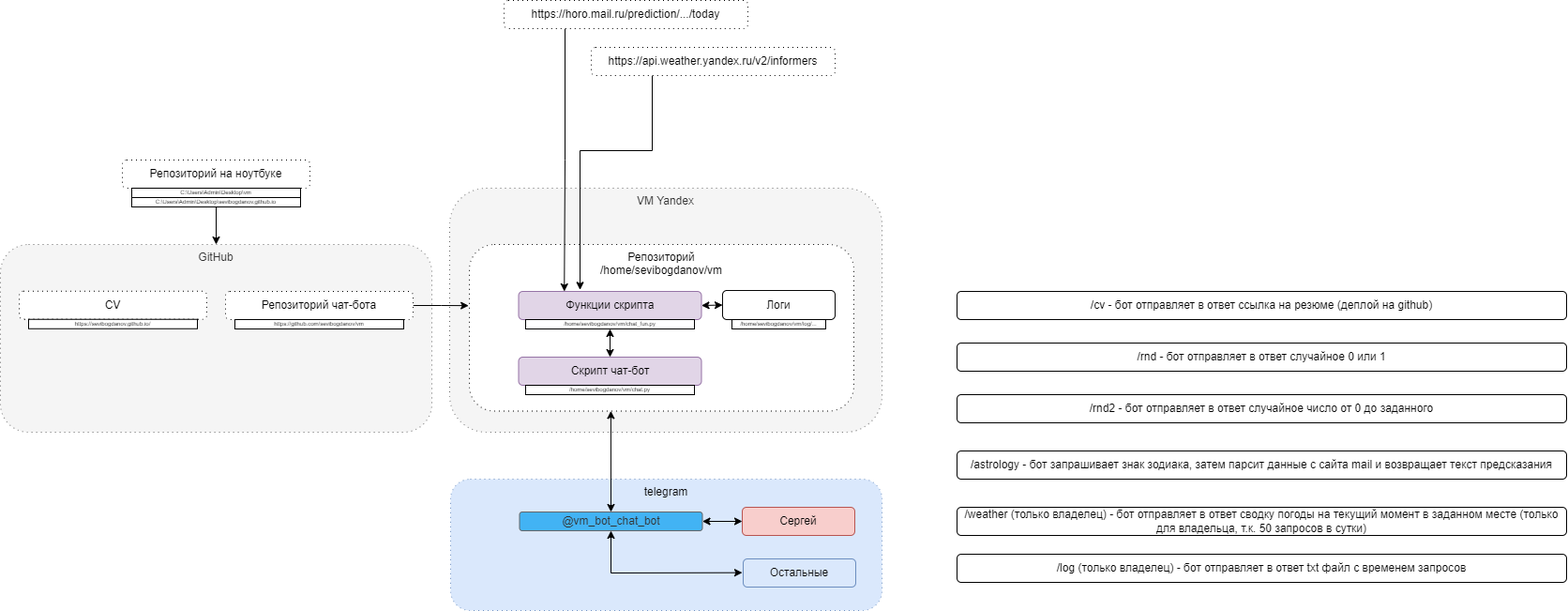
Earlier version of the draw.io export vm_pub.png (sevibogdanov/chat_bot). Source tidied: cells renumbered, new cells last; positions are measured from the earlier drawing's top-left corner, leaving out a move shared by most shapes.
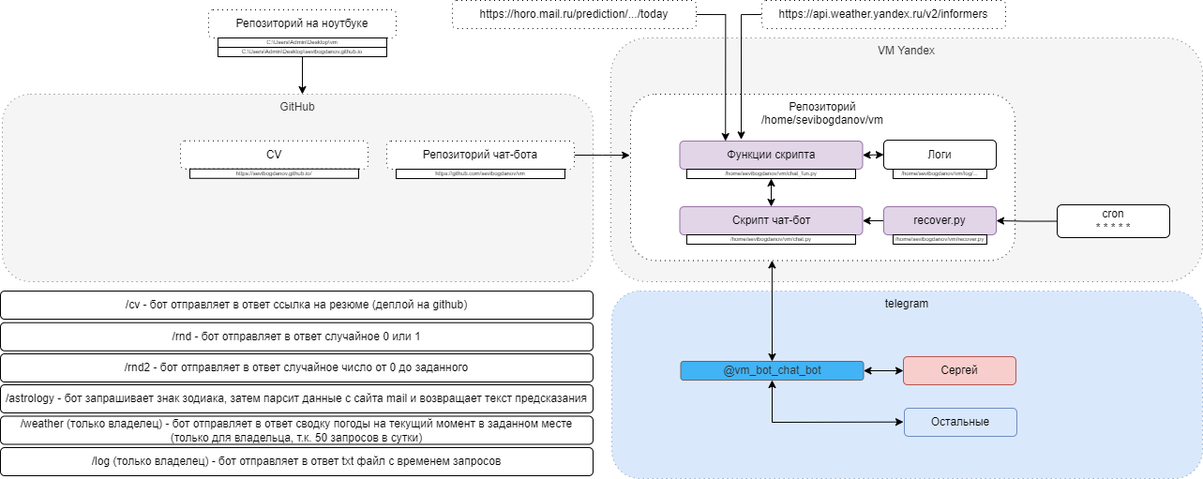
After the commit.

The edit, as a diff of the source:
```diff
@@ -3,22 +3,24 @@
     <mxCell id="0" />
     <mxCell id="1" parent="0" />
     <mxCell id="2" value="VM Yandex" style="rounded=1;whiteSpace=wrap;html=1;dashed=1;dashPattern=1 4;horizontal=1;verticalAlign=top;fillColor=#f5f5f5;fontColor=#333333;strokeColor=#666666;" parent="1" vertex="1">
-      <mxGeometry x="479" y="200" width="461" height="260" as="geometry" />
+      <mxGeometry x="479" y="200" width="631" height="260" as="geometry" />
     </mxCell>
     <mxCell id="3" value="Репозиторий&lt;br&gt;/home/sevibogdanov/vm" style="rounded=1;whiteSpace=wrap;html=1;dashed=1;dashPattern=1 4;horizontal=1;verticalAlign=top;" parent="1" vertex="1">
       <mxGeometry x="500" y="260" width="410" height="177.5" as="geometry" />
     </mxCell>
     <mxCell id="4" value="GitHub" style="rounded=1;whiteSpace=wrap;html=1;dashed=1;dashPattern=1 4;horizontal=1;verticalAlign=top;fillColor=#f5f5f5;fontColor=#333333;strokeColor=#666666;" parent="1" vertex="1">
-      <mxGeometry y="260" width="460" height="200" as="geometry" />
+      <mxGeometry x="-170" y="260" width="630" height="200" as="geometry" />
     </mxCell>
     <mxCell id="5" value="telegram" style="rounded=1;whiteSpace=wrap;html=1;dashed=1;dashPattern=1 4;fillColor=#dae8fc;strokeColor=#6c8ebf;verticalAlign=top;" parent="1" vertex="1">
-      <mxGeometry x="480" y="510" width="460" height="140" as="geometry" />
+      <mxGeometry x="480" y="470" width="630" height="200" as="geometry" />
     </mxCell>
-    <mxCell id="6" style="edgeStyle=orthogonalEdgeStyle;rounded=0;jettySize=auto;html=1;exitX=0.5;exitY=1;exitDx=0;exitDy=0;entryX=0.5;entryY=0;entryDx=0;entryDy=0;" parent="1" edge="1" source="27" target="4">
-      <mxGeometry relative="1" as="geometry" />
+    <mxCell id="6" style="edgeStyle=orthogonalEdgeStyle;rounded=0;jettySize=auto;html=1;exitX=0.5;exitY=1;exitDx=0;exitDy=0;entryX=0.5;entryY=0;entryDx=0;entryDy=0;" parent="1" edge="1" source="27">
+      <mxGeometry relative="1" as="geometry">
+        <mxPoint x="150" y="260" as="targetPoint" />
+      </mxGeometry>
     </mxCell>
     <mxCell id="7" value="Репозиторий на ноутбуке" style="rounded=1;whiteSpace=wrap;html=1;dashed=1;dashPattern=1 4;" parent="1" vertex="1">
-      <mxGeometry x="130" y="170" width="200" height="30" as="geometry" />
+      <mxGeometry x="50" y="170" width="200" height="30" as="geometry" />
     </mxCell>
     <mxCell id="8" style="edgeStyle=orthogonalEdgeStyle;rounded=0;jettySize=auto;html=1;exitX=1;exitY=0.5;exitDx=0;exitDy=0;entryX=-0.002;entryY=0.367;entryDx=0;entryDy=0;entryPerimeter=0;" parent="1" edge="1" source="9" target="3">
       <mxGeometry relative="1" as="geometry" />
@@ -60,7 +62,7 @@
       <mxGeometry x="250" y="340" width="180" height="10" as="geometry" />
     </mxCell>
     <mxCell id="21" value="C:\Users\Admin\Desktop\vm" style="rounded=0;whiteSpace=wrap;html=1;fontSize=6;" parent="1" vertex="1">
-      <mxGeometry x="140" y="200" width="180" height="10" as="geometry" />
+      <mxGeometry x="60" y="200" width="180" height="10" as="geometry" />
     </mxCell>
     <mxCell id="22" value="Логи" style="rounded=1;whiteSpace=wrap;html=1;" parent="1" vertex="1">
       <mxGeometry x="770" y="309" width="120" height="31" as="geometry" />
@@ -78,7 +80,7 @@
       <mxGeometry x="30" y="339.8" width="180" height="10" as="geometry" />
     </mxCell>
     <mxCell id="27" value="C:\Users\Admin\Desktop\sevibogdanov.github.io" style="rounded=0;whiteSpace=wrap;html=1;fontSize=6;" parent="1" vertex="1">
-      <mxGeometry x="140" y="210" width="180" height="10" as="geometry" />
+      <mxGeometry x="60" y="210" width="180" height="10" as="geometry" />
     </mxCell>
     <mxCell id="28" style="endArrow=classic;startArrow=classic;html=1;rounded=0;fontSize=6;entryX=0;entryY=0.5;entryDx=0;entryDy=0;exitX=0.5;exitY=1;exitDx=0;exitDy=0;" parent="1" edge="1" source="12">
       <mxGeometry relative="1" as="geometry">
@@ -88,40 +90,54 @@
         </Array>
       </mxGeometry>
     </mxCell>
-    <mxCell id="29" style="edgeStyle=orthogonalEdgeStyle;rounded=0;jettySize=auto;html=1;exitX=0.25;exitY=1;exitDx=0;exitDy=0;entryX=0.25;entryY=0;entryDx=0;entryDy=0;fontColor=#FF0000;" parent="1" edge="1" source="30" target="11">
+    <mxCell id="29" style="edgeStyle=orthogonalEdgeStyle;rounded=0;jettySize=auto;html=1;exitX=1;exitY=0.5;exitDx=0;exitDy=0;entryX=0.25;entryY=0;entryDx=0;entryDy=0;fontColor=#FF0000;" parent="1" edge="1" source="30" target="11">
       <mxGeometry relative="1" as="geometry" />
     </mxCell>
     <mxCell id="30" value="https://horo.mail.ru/prediction/.../today" style="rounded=1;whiteSpace=wrap;html=1;dashed=1;dashPattern=1 4;" parent="1" vertex="1">
-      <mxGeometry x="537" width="260" height="30" as="geometry" />
+      <mxGeometry x="310" y="160" width="260" height="30" as="geometry" />
     </mxCell>
-    <mxCell id="31" style="edgeStyle=orthogonalEdgeStyle;rounded=0;jettySize=auto;html=1;exitX=0.25;exitY=1;exitDx=0;exitDy=0;entryX=0.336;entryY=-0.056;entryDx=0;entryDy=0;entryPerimeter=0;fontColor=#FF0000;" parent="1" edge="1" source="32" target="11">
+    <mxCell id="31" style="edgeStyle=orthogonalEdgeStyle;rounded=0;jettySize=auto;html=1;exitX=0;exitY=0.5;exitDx=0;exitDy=0;entryX=0.336;entryY=-0.056;entryDx=0;entryDy=0;entryPerimeter=0;fontColor=#FF0000;" parent="1" edge="1" source="32" target="11">
       <mxGeometry relative="1" as="geometry">
         <Array as="points">
-          <mxPoint x="695" y="160" />
-          <mxPoint x="618" y="160" />
+          <mxPoint x="618" y="175" />
         </Array>
       </mxGeometry>
     </mxCell>
     <mxCell id="32" value="https://api.weather.yandex.ru/v2/informers" style="rounded=1;whiteSpace=wrap;html=1;dashed=1;dashPattern=1 4;" parent="1" vertex="1">
-      <mxGeometry x="630" y="50" width="260" height="30" as="geometry" />
+      <mxGeometry x="640" y="160" width="260" height="30" as="geometry" />
     </mxCell>
     <mxCell id="33" value="/cv - бот отправляет в ответ ссылка на резюме (деплой на github)" style="rounded=1;whiteSpace=wrap;html=1;" parent="1" vertex="1">
-      <mxGeometry x="1020" y="310" width="650" height="30" as="geometry" />
+      <mxGeometry x="-172" y="470" width="632" height="30" as="geometry" />
     </mxCell>
     <mxCell id="34" value="/rnd - бот отправляет в ответ случайное 0 или 1" style="rounded=1;whiteSpace=wrap;html=1;" parent="1" vertex="1">
-      <mxGeometry x="1020" y="365" width="650" height="30" as="geometry" />
+      <mxGeometry x="-172" y="503.8" width="632" height="30" as="geometry" />
     </mxCell>
     <mxCell id="35" value="/rnd2 - бот отправляет в ответ случайное число от 0 до заданного" style="rounded=1;whiteSpace=wrap;html=1;" parent="1" vertex="1">
-      <mxGeometry x="1020" y="420" width="650" height="30" as="geometry" />
+      <mxGeometry x="-172" y="537" width="632" height="30" as="geometry" />
     </mxCell>
     <mxCell id="36" value="/astrology&amp;nbsp;- бот запрашивает знак зодиака, затем парсит данные с сайта mail и возвращает текст предсказания" style="rounded=1;whiteSpace=wrap;html=1;" parent="1" vertex="1">
-      <mxGeometry x="1020" y="480" width="650" height="30" as="geometry" />
+      <mxGeometry x="-172" y="570" width="632" height="30" as="geometry" />
     </mxCell>
     <mxCell id="37" value="/weather (только владелец) - бот отправляет в ответ сводку погоды на текущий момент в заданном месте (только для владельца, т.к. 50 запросов в сутки)" style="rounded=1;whiteSpace=wrap;html=1;" parent="1" vertex="1">
-      <mxGeometry x="1020" y="540" width="650" height="30" as="geometry" />
+      <mxGeometry x="-172" y="603.5" width="632" height="30" as="geometry" />
     </mxCell>
     <mxCell id="38" value="/log (только владелец) - бот отправляет в ответ txt файл с временем запросов" style="rounded=1;whiteSpace=wrap;html=1;" parent="1" vertex="1">
-      <mxGeometry x="1020" y="590" width="650" height="30" as="geometry" />
+      <mxGeometry x="-172" y="637" width="632" height="30" as="geometry" />
     </mxCell>
+    <mxCell id="39" style="edgeStyle=orthogonalEdgeStyle;rounded=0;jettySize=auto;html=1;exitX=0;exitY=0.5;exitDx=0;exitDy=0;entryX=1;entryY=0.5;entryDx=0;entryDy=0;" parent="1" edge="1" source="40" target="42">
+      <mxGeometry relative="1" as="geometry" />
+    </mxCell>
+    <mxCell id="40" value="cron&lt;br&gt;* * * * *" style="rounded=1;whiteSpace=wrap;html=1;" parent="1" vertex="1">
+      <mxGeometry x="955" y="378" width="120" height="35" as="geometry" />
+    </mxCell>
+    <mxCell id="41" style="edgeStyle=orthogonalEdgeStyle;rounded=0;jettySize=auto;html=1;exitX=0;exitY=0.5;exitDx=0;exitDy=0;entryX=1;entryY=0.5;entryDx=0;entryDy=0;" parent="1" edge="1" source="42" target="10">
+      <mxGeometry relative="1" as="geometry" />
+    </mxCell>
+    <mxCell id="42" value="recover.py" style="rounded=1;whiteSpace=wrap;html=1;fillColor=#e1d5e7;strokeColor=#9673a6;" parent="1" vertex="1">
+      <mxGeometry x="770" y="380" width="120" height="30" as="geometry" />
+    </mxCell>
+    <mxCell id="43" value="/home/sevibogdanov/vm/recover.py" style="rounded=0;whiteSpace=wrap;html=1;fontSize=6;" parent="1" vertex="1">
+      <mxGeometry x="780" y="410" width="100" height="10" as="geometry" />
+    </mxCell>
   </root>
 </mxGraphModel>
```
